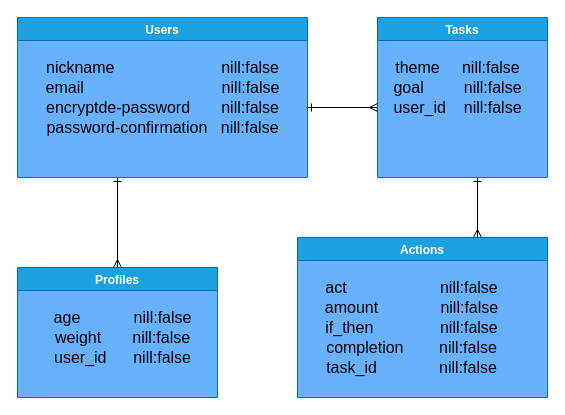
ryusen1000/habits keeps this draw.io diagram as er.dio. Above is the earlier version. Source tidied: cells renumbered, new cells numbered last; positions are measured from the earlier drawing's top-left corner, leaving out a move shared by most shapes. Both pictures are drawn from the tidied source at 100%, with x=0, y=0 at pixel (17, 17).
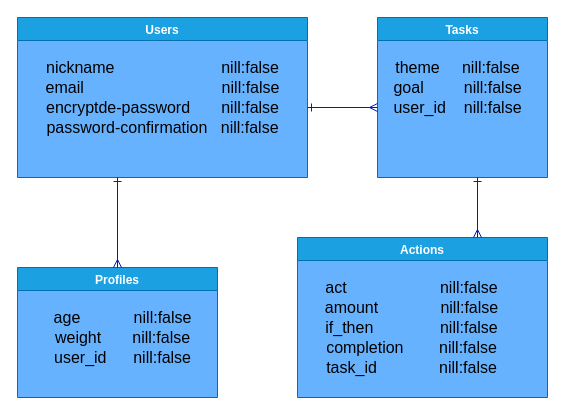
Above is the later version.

The change refers to these unchanged cells:
```xml
<mxCell id="11" value="Profiles" style="swimlane;fillColor=#1ba1e2;strokeColor=#006EAF;swimlaneFillColor=#66B2FF;fontColor=#FFFFFF;" parent="1" vertex="1">
  <mxGeometry y="250" width="200" height="130" as="geometry" />
</mxCell>
<mxCell id="15" value="Actions" style="swimlane;fillColor=#1ba1e2;strokeColor=#006EAF;fontColor=#ffffff;swimlaneFillColor=#66B2FF;" parent="1" vertex="1">
  <mxGeometry x="280" y="220" width="250" height="160" as="geometry" />
</mxCell>
```

Change to the diagram source:
```diff
@@
-    <mxCell id="21" style="endArrow=ERone;html=1;exitX=0.5;exitY=0;exitDx=0;exitDy=0;startArrow=ERmany;startFill=0;endFill=0;" parent="1" edge="1" source="11">
+    <mxCell id="21" style="endArrow=ERone;html=1;exitX=0.5;exitY=0;exitDx=0;exitDy=0;startArrow=ERmany;startFill=0;endFill=0;fillColor=#0050ef;strokeColor=#001DBC;" parent="1" edge="1" source="11">
       <mxGeometry relative="1" as="geometry">
         <mxPoint x="100" y="160" as="targetPoint" />
       </mxGeometry>
     </mxCell>
-    <mxCell id="22" style="endArrow=ERone;html=1;exitX=0.72;exitY=0;exitDx=0;exitDy=0;exitPerimeter=0;startArrow=ERmany;startFill=0;endFill=0;" parent="1" edge="1" source="15">
+    <mxCell id="22" style="endArrow=ERone;html=1;exitX=0.72;exitY=0;exitDx=0;exitDy=0;exitPerimeter=0;startArrow=ERmany;startFill=0;endFill=0;fillColor=#0050ef;strokeColor=#001DBC;" parent="1" edge="1" source="15">
       <mxGeometry relative="1" as="geometry">
         <mxPoint x="460" y="160" as="targetPoint" />
       </mxGeometry>
     </mxCell>
-    <mxCell id="23" style="edgeStyle=orthogonalEdgeStyle;rounded=0;orthogonalLoop=1;jettySize=auto;html=1;startArrow=ERmany;startFill=0;endArrow=ERone;endFill=0;" parent="1" edge="1">
+    <mxCell id="23" style="edgeStyle=orthogonalEdgeStyle;rounded=0;orthogonalLoop=1;jettySize=auto;html=1;startArrow=ERmany;startFill=0;endArrow=ERone;endFill=0;fillColor=#0050ef;strokeColor=#001DBC;" parent="1" edge="1">
       <mxGeometry relative="1" as="geometry">
         <mxPoint x="360" y="90" as="sourcePoint" />
         <mxPoint x="290" y="90" as="targetPoint" />
       </mxGeometry>
     </mxCell>
```
